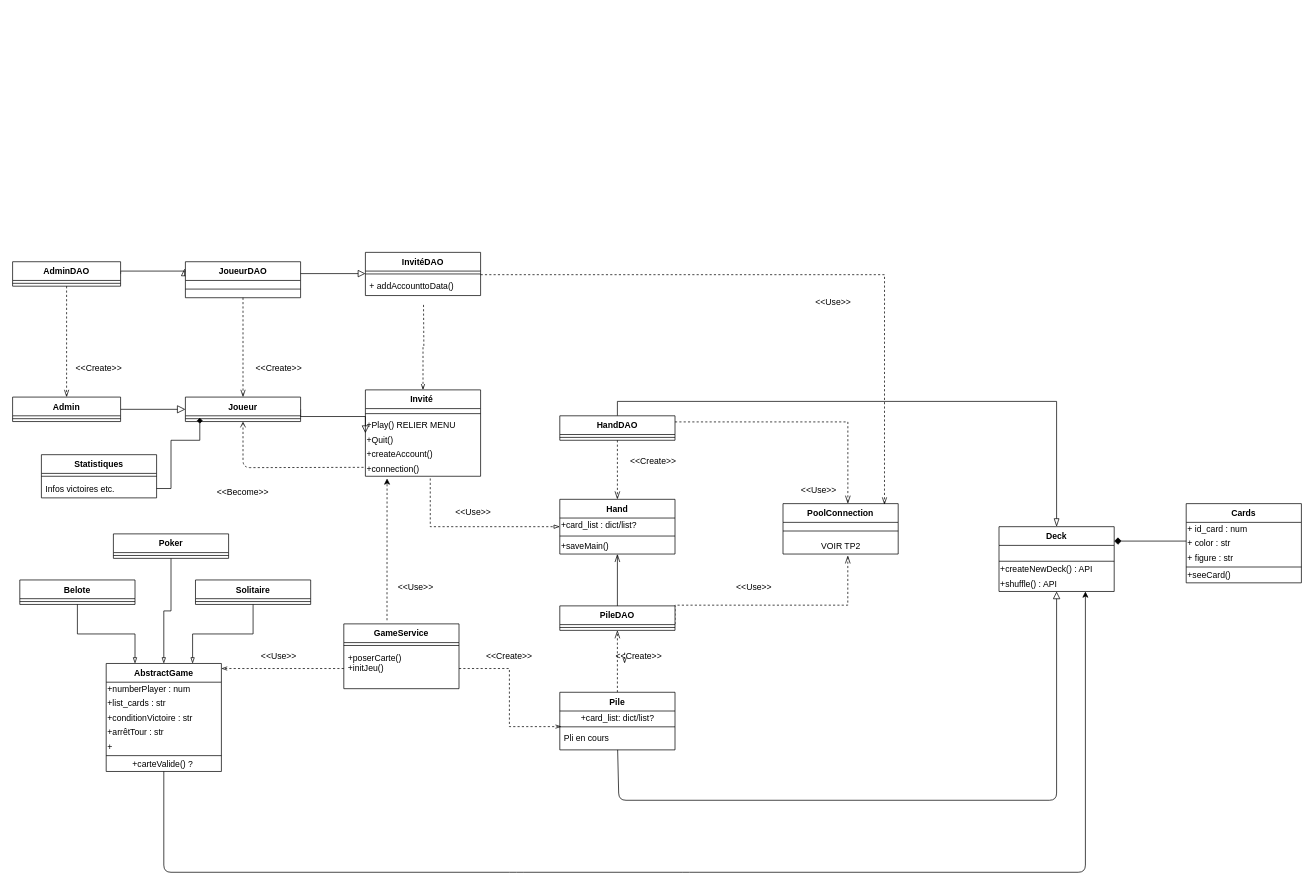
Above: Diagrams/classe.drawio in MailineN/ProjetInfo2A (draw.io), before the change. Source tidied: cells renumbered, new cells numbered last; positions are measured from the earlier drawing's top-left corner, leaving out a move shared by most shapes. Both pictures are drawn from the tidied source at 72%, with x=0, y=0 at pixel (12, 252).
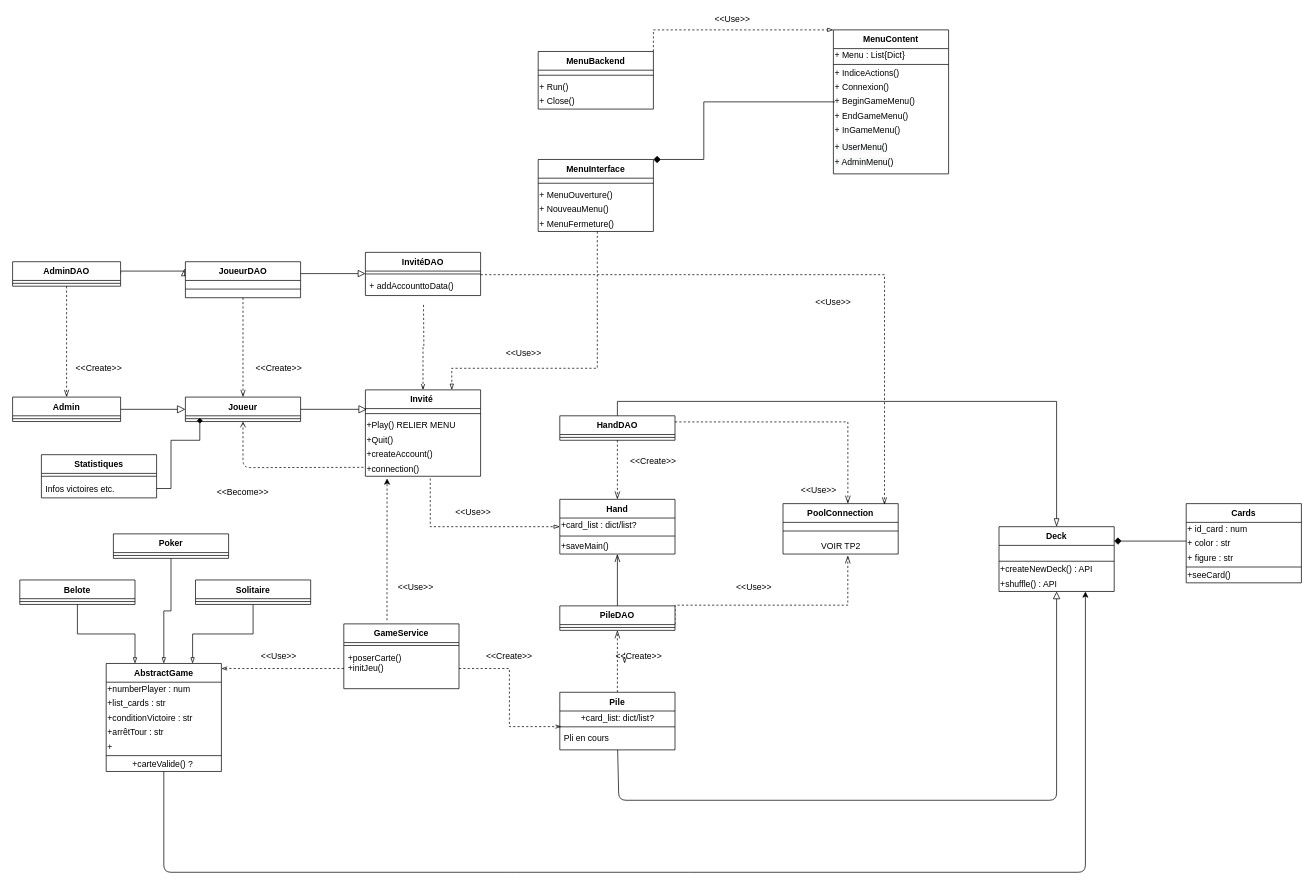
Above is the later version.

Unchanged cells that the change refers to:
```xml
<mxCell id="27" value="Joueur&#10;" style="swimlane;fontStyle=1;align=center;verticalAlign=top;horizontal=1;startSize=26;fontColor=none;" parent="1" vertex="1">
  <mxGeometry x="240" y="201" width="160" height="34" as="geometry" />
</mxCell>
<mxCell id="97" value="Invité " style="swimlane;fontStyle=1;align=center;verticalAlign=top;horizontal=1;startSize=26;fontColor=none;" parent="1" vertex="1">
  <mxGeometry x="490" y="191" width="160" height="120" as="geometry" />
</mxCell>
```

What changed in the source:
```diff
@@
-    <mxCell id="26" style="edgeStyle=orthogonalEdgeStyle;rounded=0;jettySize=auto;html=1;exitX=1;exitY=0.5;exitDx=0;exitDy=0;entryX=0;entryY=0.5;entryDx=0;entryDy=0;endArrow=block;endFill=0;fontColor=none;strokeWidth=1;endSize=8;" parent="1" edge="1" source="27" target="97">
-      <mxGeometry relative="1" as="geometry">
-        <Array as="points">
-          <mxPoint x="400" y="228" />
-        </Array>
-      </mxGeometry>
-    </mxCell>
@@
+    <mxCell id="103" style="edgeStyle=orthogonalEdgeStyle;rounded=0;orthogonalLoop=1;jettySize=auto;html=1;endArrow=block;endFill=0;fontColor=none;endSize=9;" parent="1" edge="1">
+      <mxGeometry relative="1" as="geometry">
+        <mxPoint x="400" y="218" as="sourcePoint" />
+        <mxPoint x="492" y="218" as="targetPoint" />
+      </mxGeometry>
+    </mxCell>
+    <mxCell id="104" style="edgeStyle=orthogonalEdgeStyle;rounded=0;jettySize=auto;html=1;exitX=0.013;exitY=0.5;exitDx=0;exitDy=0;entryX=1;entryY=0;entryDx=0;entryDy=0;endArrow=diamond;endFill=1;endSize=8;strokeWidth=1;fontColor=none;exitPerimeter=0;" parent="1" edge="1" source="114" target="119">
+      <mxGeometry relative="1" as="geometry">
+        <Array as="points">
+          <mxPoint x="960" y="-209" />
+          <mxPoint x="960" y="-129" />
+        </Array>
+      </mxGeometry>
+    </mxCell>
+    <mxCell id="105" value="MenuBackend" style="swimlane;fontStyle=1;align=center;verticalAlign=top;horizontal=1;startSize=26;fontColor=none;" parent="1" vertex="1">
+      <mxGeometry x="730" y="-279" width="160" height="80" as="geometry" />
+    </mxCell>
+    <mxCell id="106" style="line;strokeWidth=1;fillColor=none;align=left;verticalAlign=middle;spacingTop=-1;spacingLeft=3;spacingRight=3;labelPosition=right;" parent="105" vertex="1">
+      <mxGeometry y="26" width="160" height="14" as="geometry" />
+    </mxCell>
+    <mxCell id="107" value="+ Run()" style="text;html=1;align=left;verticalAlign=middle;fontColor=none;" parent="105" vertex="1">
+      <mxGeometry y="40" width="160" height="20" as="geometry" />
+    </mxCell>
+    <mxCell id="108" value="+ Close()" style="text;html=1;align=left;verticalAlign=middle;fontColor=none;" parent="105" vertex="1">
+      <mxGeometry y="60" width="160" height="20" as="geometry" />
+    </mxCell>
+    <mxCell id="109" value="MenuContent" style="swimlane;fontStyle=1;align=center;verticalAlign=top;horizontal=1;startSize=26;fontColor=none;" parent="1" vertex="1">
+      <mxGeometry x="1140" y="-309" width="160" height="200" as="geometry" />
+    </mxCell>
+    <mxCell id="110" value="+ Menu : List{Dict}&amp;nbsp;" style="text;html=1;align=left;verticalAlign=middle;" parent="109" vertex="1">
+      <mxGeometry y="26" width="160" height="20" as="geometry" />
+    </mxCell>
+    <mxCell id="111" style="line;strokeWidth=1;fillColor=none;align=left;verticalAlign=middle;spacingTop=-1;spacingLeft=3;spacingRight=3;labelPosition=right;" parent="109" vertex="1">
+      <mxGeometry y="46" width="160" height="4" as="geometry" />
+    </mxCell>
+    <mxCell id="112" value="+ IndiceActions()" style="text;html=1;align=left;verticalAlign=middle;fontColor=none;" parent="109" vertex="1">
+      <mxGeometry y="50" width="160" height="20" as="geometry" />
+    </mxCell>
+    <mxCell id="113" value="+ Connexion()" style="text;html=1;align=left;verticalAlign=middle;fontColor=none;" parent="109" vertex="1">
+      <mxGeometry y="70" width="160" height="20" as="geometry" />
+    </mxCell>
+    <mxCell id="114" value="+ BeginGameMenu()" style="text;html=1;align=left;verticalAlign=middle;points=[];fontColor=none;" parent="109" vertex="1">
+      <mxGeometry y="90" width="160" height="20" as="geometry" />
+    </mxCell>
+    <mxCell id="115" value="+ EndGameMenu()" style="text;html=1;align=left;verticalAlign=middle;fontColor=none;" parent="109" vertex="1">
+      <mxGeometry y="110" width="160" height="20" as="geometry" />
+    </mxCell>
+    <mxCell id="116" value="+ InGameMenu()" style="text;html=1;align=left;verticalAlign=middle;fontColor=none;" parent="109" vertex="1">
+      <mxGeometry y="130" width="160" height="20" as="geometry" />
+    </mxCell>
+    <mxCell id="117" value="&lt;span style=&quot;color: rgb(0 , 0 , 0) ; font-family: &amp;#34;helvetica&amp;#34; ; font-size: 12px ; font-style: normal ; font-weight: 400 ; letter-spacing: normal ; text-align: left ; text-indent: 0px ; text-transform: none ; word-spacing: 0px ; background-color: rgb(248 , 249 , 250) ; display: inline ; float: none&quot;&gt;+ UserMenu()&lt;/span&gt;" style="text;whiteSpace=wrap;html=1;" parent="109" vertex="1">
+      <mxGeometry y="150" width="160" height="20" as="geometry" />
+    </mxCell>
+    <mxCell id="118" value="&lt;span style=&quot;color: rgb(0 , 0 , 0) ; font-family: &amp;#34;helvetica&amp;#34; ; font-size: 12px ; font-style: normal ; font-weight: 400 ; letter-spacing: normal ; text-align: left ; text-indent: 0px ; text-transform: none ; word-spacing: 0px ; background-color: rgb(248 , 249 , 250) ; display: inline ; float: none&quot;&gt;+ AdminMenu()&lt;/span&gt;" style="text;whiteSpace=wrap;html=1;" parent="109" vertex="1">
+      <mxGeometry y="170" width="160" height="30" as="geometry" />
+    </mxCell>
+    <mxCell id="119" value="MenuInterface" style="swimlane;fontStyle=1;align=center;verticalAlign=top;horizontal=1;startSize=26;fontColor=none;" parent="1" vertex="1">
+      <mxGeometry x="730" y="-129" width="160" height="100" as="geometry" />
+    </mxCell>
+    <mxCell id="120" style="line;strokeWidth=1;fillColor=none;align=left;verticalAlign=middle;spacingTop=-1;spacingLeft=3;spacingRight=3;labelPosition=right;" parent="119" vertex="1">
+      <mxGeometry y="26" width="160" height="14" as="geometry" />
+    </mxCell>
+    <mxCell id="121" value="+ MenuOuverture()" style="text;html=1;align=left;verticalAlign=middle;fontColor=none;" parent="119" vertex="1">
+      <mxGeometry y="40" width="160" height="20" as="geometry" />
+    </mxCell>
+    <mxCell id="122" value="+ NouveauMenu()" style="text;html=1;align=left;verticalAlign=middle;fontColor=none;" parent="119" vertex="1">
+      <mxGeometry y="60" width="160" height="20" as="geometry" />
+    </mxCell>
+    <mxCell id="123" value="+ MenuFermeture()" style="text;html=1;align=left;verticalAlign=middle;points=[];fontColor=none;" parent="119" vertex="1">
+      <mxGeometry y="80" width="160" height="20" as="geometry" />
+    </mxCell>
+    <mxCell id="124" style="edgeStyle=orthogonalEdgeStyle;rounded=0;jettySize=auto;html=1;entryX=0;entryY=0;entryDx=0;entryDy=0;dashed=1;endArrow=blockThin;endFill=0;fontColor=none;exitX=1;exitY=0;exitDx=0;exitDy=0;" parent="1" edge="1" source="105" target="109">
+      <mxGeometry relative="1" as="geometry">
+        <Array as="points">
+          <mxPoint x="890" y="-309" />
+        </Array>
+      </mxGeometry>
+    </mxCell>
+    <mxCell id="125" value="&amp;lt;&amp;lt;Use&amp;gt;&amp;gt;" style="text;html=1;strokeColor=none;fillColor=none;align=center;verticalAlign=middle;whiteSpace=wrap;rounded=0;fontColor=none;" parent="1" vertex="1">
+      <mxGeometry x="980" y="-333" width="40" height="20" as="geometry" />
+    </mxCell>
+    <mxCell id="126" style="edgeStyle=orthogonalEdgeStyle;rounded=0;jettySize=auto;html=1;dashed=1;endArrow=blockThin;endFill=0;fontColor=none;exitX=0.513;exitY=1;exitDx=0;exitDy=0;exitPerimeter=0;entryX=0.75;entryY=0;entryDx=0;entryDy=0;" parent="1" edge="1" source="123" target="97">
+      <mxGeometry relative="1" as="geometry">
+        <Array as="points">
+          <mxPoint x="812" y="161" />
+          <mxPoint x="610" y="161" />
+        </Array>
+      </mxGeometry>
+    </mxCell>
+    <mxCell id="127" value="&amp;lt;&amp;lt;Use&amp;gt;&amp;gt;" style="text;html=1;strokeColor=none;fillColor=none;align=center;verticalAlign=middle;whiteSpace=wrap;rounded=0;fontColor=none;" parent="1" vertex="1">
+      <mxGeometry x="690" y="131" width="40" height="20" as="geometry" />
+    </mxCell>
```
